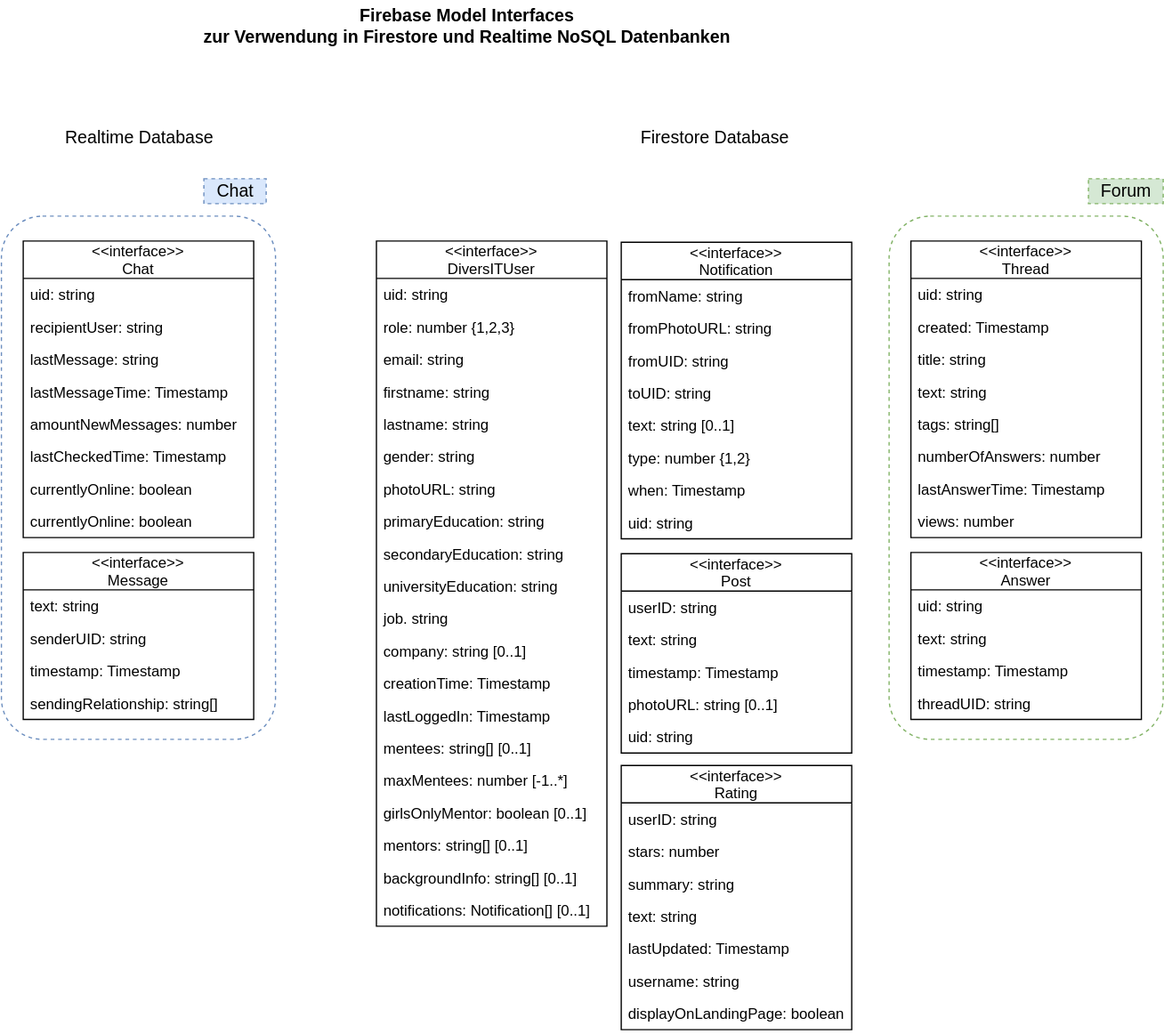
The draw.io diagram diversIT/src/assets/documentation/firebase-schema.svg in stefan-hinterhoelzl/DiversIT, before a commit. Source tidied: cells renumbered, new cells last; positions are measured from the earlier drawing's top-left corner, leaving out a move shared by most shapes.
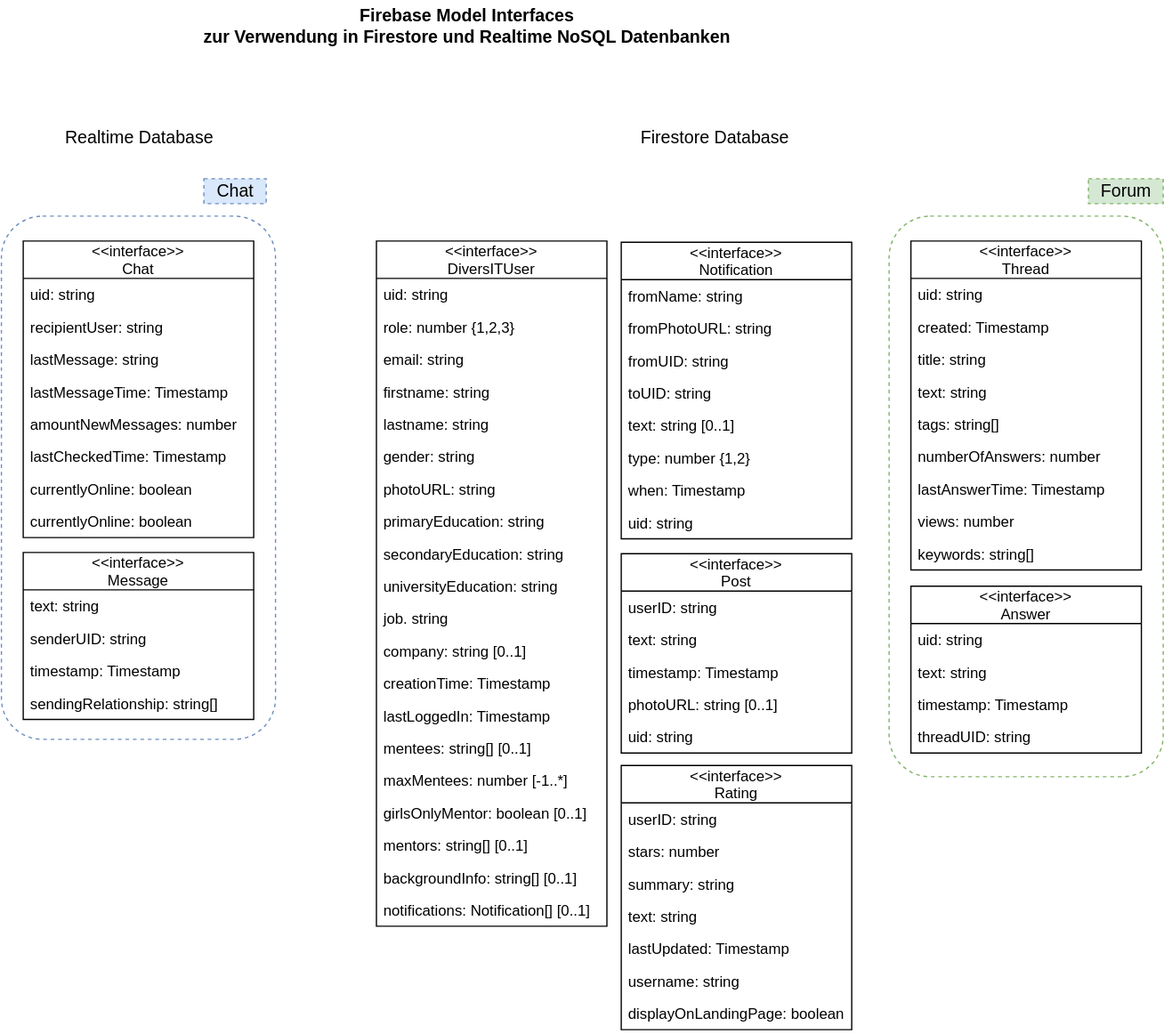
Later version of the same file.

Commit message:
update doc file firebase schema: thread properties

Diff of the diagram source:
```diff
@@ -54,7 +54,7 @@
       <mxGeometry x="508" y="100" width="130" height="20" as="geometry" />
     </mxCell>
     <mxCell id="19" value="&lt;&lt;interface&gt;&gt;&#10;Thread" style="swimlane;fontStyle=0;horizontal=1;startSize=30;fillColor=none;" parent="1" vertex="1">
-      <mxGeometry x="730.5" y="193" width="185" height="238" as="geometry" />
+      <mxGeometry x="730.5" y="193" width="185" height="264" as="geometry" />
     </mxCell>
     <mxCell id="20" value="uid: string" style="text;strokeColor=none;fillColor=none;align=left;verticalAlign=top;spacingLeft=4;spacingRight=4;overflow=hidden;" parent="19" vertex="1">
       <mxGeometry y="30" width="185" height="26" as="geometry" />
@@ -80,8 +80,11 @@
     <mxCell id="27" value="views: number" style="text;strokeColor=none;fillColor=none;align=left;verticalAlign=top;spacingLeft=4;spacingRight=4;overflow=hidden;" parent="19" vertex="1">
       <mxGeometry y="212" width="185" height="26" as="geometry" />
     </mxCell>
+    <mxCell id="81" value="keywords: string[]" style="text;strokeColor=none;fillColor=none;align=left;verticalAlign=top;spacingLeft=4;spacingRight=4;overflow=hidden;" parent="19" vertex="1">
+      <mxGeometry y="238" width="185" height="26" as="geometry" />
+    </mxCell>
     <mxCell id="28" value="&lt;&lt;interface&gt;&gt;&#10;Answer" style="swimlane;fontStyle=0;horizontal=1;startSize=30;fillColor=none;" parent="1" vertex="1">
-      <mxGeometry x="730.5" y="443" width="185" height="134" as="geometry" />
+      <mxGeometry x="730.5" y="470" width="185" height="134" as="geometry" />
     </mxCell>
     <mxCell id="29" value="uid: string" style="text;strokeColor=none;fillColor=none;align=left;verticalAlign=top;spacingLeft=4;spacingRight=4;overflow=hidden;" parent="28" vertex="1">
       <mxGeometry y="30" width="185" height="26" as="geometry" />
@@ -228,7 +231,7 @@
       <mxGeometry y="524" width="185" height="26" as="geometry" />
     </mxCell>
     <mxCell id="77" style="rounded=1;whiteSpace=wrap;html=1;fontSize=14;align=center;dashed=1;strokeColor=#82b366;fillColor=none;" parent="1" vertex="1">
-      <mxGeometry x="713" y="173" width="220" height="420" as="geometry" />
+      <mxGeometry x="713" y="173" width="220" height="450" as="geometry" />
     </mxCell>
     <mxCell id="78" value="Forum" style="text;html=1;align=center;verticalAlign=middle;fillColor=#d5e8d4;strokeColor=#82b366;rounded=0;dashed=1;fontSize=14;" parent="1" vertex="1">
       <mxGeometry x="873" y="143" width="60" height="20" as="geometry" />
```
